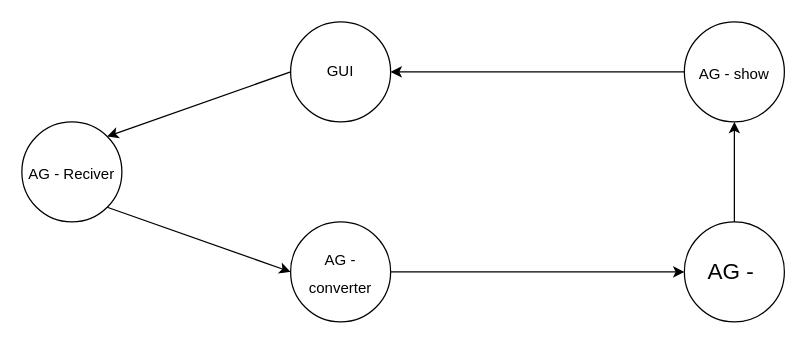
Above: diagrama.drawio in PavoX20/IA-Project-Predict-Airplane-tickets (draw.io), before the change. Source tidied: cells renumbered, new cells numbered last; positions are measured from the earlier drawing's top-left corner, leaving out a move shared by most shapes. Both pictures are drawn from the tidied source at 125%, with x=0, y=0 at pixel (21, 21).
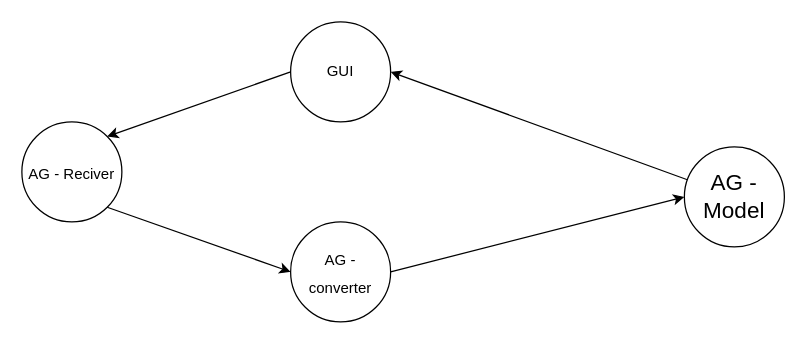
The same diagram, later.

Commit message (it also covers changes not shown here):
chore: deleted a duplicated .drawio file | changed AG - to AG - Model in the -drawio file

Diff of the diagram source:
```diff
@@
 <mxGraphModel>
   <root>
     <mxCell id="0" />
     <mxCell id="1" parent="0" />
     <mxCell id="2" value="GUI" style="ellipse;whiteSpace=wrap;html=1;" parent="1" vertex="1">
       <mxGeometry x="215" width="80" height="80" as="geometry" />
     </mxCell>
     <mxCell id="3" value="&lt;font style=&quot;&quot;&gt;&lt;font style=&quot;font-size: 12px;&quot;&gt;AG - Reciver&lt;/font&gt;&lt;br&gt;&lt;/font&gt;" style="ellipse;whiteSpace=wrap;html=1;fontSize=18;" parent="1" vertex="1">
       <mxGeometry y="80" width="80" height="80" as="geometry" />
     </mxCell>
     <mxCell id="4" value="&lt;font style=&quot;font-size: 12px;&quot;&gt;AG - converter&lt;/font&gt;" style="ellipse;whiteSpace=wrap;html=1;fontSize=18;" parent="1" vertex="1">
       <mxGeometry x="215" y="160" width="80" height="80" as="geometry" />
     </mxCell>
-    <mxCell id="5" value="AG -&amp;nbsp;" style="ellipse;whiteSpace=wrap;html=1;fontSize=18;" parent="1" vertex="1">
-      <mxGeometry x="530" y="160" width="80" height="80" as="geometry" />
+    <mxCell id="5" value="AG - Model" style="ellipse;whiteSpace=wrap;html=1;fontSize=18;" parent="1" vertex="1">
+      <mxGeometry x="530" y="100" width="80" height="80" as="geometry" />
     </mxCell>
-    <mxCell id="6" value="&lt;font style=&quot;font-size: 12px;&quot;&gt;AG - show&lt;/font&gt;" style="ellipse;whiteSpace=wrap;html=1;fontSize=18;" parent="1" vertex="1">
-      <mxGeometry x="530" width="80" height="80" as="geometry" />
-    </mxCell>
     <mxCell id="7" style="endArrow=classic;html=1;rounded=0;fontSize=12;exitX=1;exitY=1;exitDx=0;exitDy=0;entryX=0;entryY=0.5;entryDx=0;entryDy=0;" parent="1" edge="1" source="3" target="4">
       <mxGeometry relative="1" as="geometry" />
     </mxCell>
     <mxCell id="8" style="endArrow=classic;html=1;rounded=0;fontSize=12;exitX=1;exitY=0.5;exitDx=0;exitDy=0;entryX=0;entryY=0.5;entryDx=0;entryDy=0;" parent="1" edge="1" source="4" target="5">
       <mxGeometry relative="1" as="geometry" />
     </mxCell>
     <mxCell id="9" style="endArrow=classic;html=1;rounded=0;fontSize=12;exitX=0;exitY=0.5;exitDx=0;exitDy=0;entryX=1;entryY=0;entryDx=0;entryDy=0;" parent="1" edge="1" source="2" target="3">
       <mxGeometry relative="1" as="geometry" />
     </mxCell>
-    <mxCell id="10" style="endArrow=classic;html=1;rounded=0;fontSize=12;exitX=0;exitY=0.5;exitDx=0;exitDy=0;entryX=1;entryY=0.5;entryDx=0;entryDy=0;" parent="1" edge="1" source="6" target="2">
+    <mxCell id="10" style="endArrow=classic;html=1;rounded=0;fontSize=12;entryX=1;entryY=0.5;entryDx=0;entryDy=0;" parent="1" edge="1" source="5" target="2">
       <mxGeometry relative="1" as="geometry" />
     </mxCell>
-    <mxCell id="11" style="endArrow=classic;html=1;rounded=0;fontSize=12;exitX=0.5;exitY=0;exitDx=0;exitDy=0;entryX=0.5;entryY=1;entryDx=0;entryDy=0;" parent="1" edge="1" source="5" target="6">
-      <mxGeometry relative="1" as="geometry" />
-    </mxCell>
   </root>
 </mxGraphModel>
```
